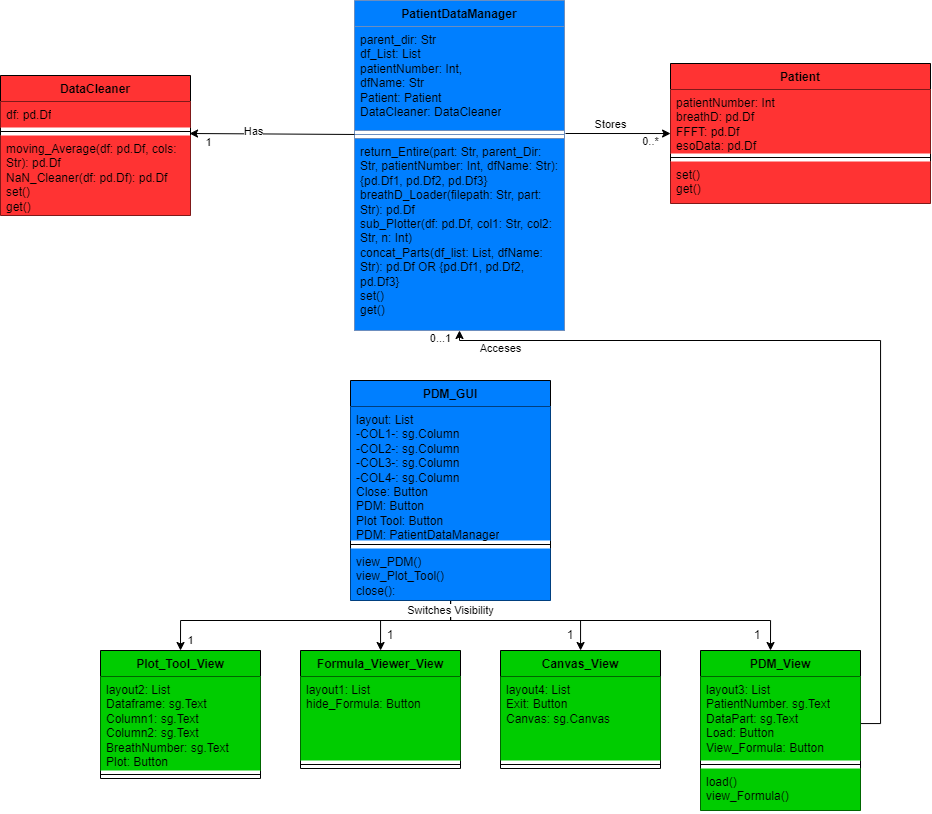
This is Figures/PDM_Analysis_Class.drawio.png from lleuch18/P9, a draw.io export, as it was before one commit. Source tidied: cells renumbered, new cells last; positions are measured from the earlier drawing's top-left corner, leaving out a move shared by most shapes. Its diagram source:
```xml
<mxGraphModel>
  <root>
    <mxCell id="0" />
    <mxCell id="1" parent="0" />
    <mxCell id="2" value="0...1" style="edgeStyle=orthogonalEdgeStyle;rounded=0;jettySize=auto;html=1;entryX=1;entryY=0.5;entryDx=0;entryDy=0;endArrow=none;endFill=0;startArrow=classic;startFill=1;" parent="1" edge="1" source="4" target="31">
      <mxGeometry x="-0.98" y="-19" relative="1" as="geometry">
        <Array as="points">
          <mxPoint x="459" y="340" />
          <mxPoint x="880" y="340" />
          <mxPoint x="880" y="723" />
        </Array>
        <mxPoint y="-1" as="offset" />
      </mxGeometry>
    </mxCell>
    <mxCell id="3" value="Acceses" style="edgeLabel;html=1;align=center;verticalAlign=middle;" parent="2" vertex="1">
      <mxGeometry x="-0.71" y="4" relative="1" as="geometry">
        <mxPoint x="-70" y="11" as="offset" />
      </mxGeometry>
    </mxCell>
    <mxCell id="4" value="PatientDataManager" style="swimlane;fontStyle=1;align=center;verticalAlign=top;horizontal=1;startSize=26;whiteSpace=wrap;html=1;fillColor=#007FFF;strokeColor=#6c8ebf;" parent="1" vertex="1">
      <mxGeometry x="354" width="210" height="330" as="geometry" />
    </mxCell>
    <mxCell id="5" value="parent_dir: Str&lt;br&gt;df_List: List&lt;br&gt;patientNumber: Int,&lt;br&gt;dfName: Str&lt;br&gt;Patient: Patient&lt;br&gt;DataCleaner: DataCleaner&lt;br&gt;" style="text;strokeColor=#6c8ebf;fillColor=#007FFF;align=left;verticalAlign=top;spacingLeft=4;spacingRight=4;overflow=hidden;whiteSpace=wrap;html=1;" parent="4" vertex="1">
      <mxGeometry y="26" width="210" height="104" as="geometry" />
    </mxCell>
    <mxCell id="6" style="line;strokeWidth=1;fillColor=none;align=left;verticalAlign=middle;spacingTop=-1;spacingLeft=3;spacingRight=3;labelPosition=right;strokeColor=inherit;" parent="4" vertex="1">
      <mxGeometry y="130" width="210" height="8" as="geometry" />
    </mxCell>
    <mxCell id="7" value="return_Entire(part: Str, parent_Dir: Str, patientNumber: Int, dfName: Str):&lt;br&gt;{pd.Df1, pd.Df2, pd.Df3}&lt;br&gt;breathD_Loader(filepath: Str, part: Str): pd.Df&lt;br&gt;sub_Plotter(df: pd.Df, col1: Str, col2: Str, n: Int)&lt;br&gt;concat_Parts(df_list: List, dfName: Str): pd.Df OR {pd.Df1, pd.Df2, pd.Df3}&lt;br&gt;set()&lt;br&gt;get()" style="text;strokeColor=#6c8ebf;fillColor=#007FFF;align=left;verticalAlign=top;spacingLeft=4;spacingRight=4;overflow=hidden;points=[[0,0.5],[1,0.5]];portConstraint=eastwest;whiteSpace=wrap;html=1;" parent="4" vertex="1">
      <mxGeometry y="138" width="210" height="192" as="geometry" />
    </mxCell>
    <mxCell id="8" value="Patient" style="swimlane;fontStyle=1;align=center;verticalAlign=top;horizontal=1;startSize=26;whiteSpace=wrap;html=1;fillColor=#FF3333;" parent="1" vertex="1">
      <mxGeometry x="670" y="63" width="260" height="140" as="geometry" />
    </mxCell>
    <mxCell id="9" value="patientNumber: Int&lt;br&gt;breathD: pd.Df&lt;br&gt;FFFT: pd.Df&lt;br&gt;esoData: pd.Df" style="text;strokeColor=none;fillColor=#FF3333;align=left;verticalAlign=top;spacingLeft=4;spacingRight=4;overflow=hidden;whiteSpace=wrap;html=1;" parent="8" vertex="1">
      <mxGeometry y="26" width="260" height="64" as="geometry" />
    </mxCell>
    <mxCell id="10" style="line;strokeWidth=1;fillColor=none;align=left;verticalAlign=middle;spacingTop=-1;spacingLeft=3;spacingRight=3;labelPosition=right;strokeColor=inherit;" parent="8" vertex="1">
      <mxGeometry y="90" width="260" height="8" as="geometry" />
    </mxCell>
    <mxCell id="11" value="set()&lt;br&gt;get()" style="text;strokeColor=none;fillColor=#FF3333;align=left;verticalAlign=top;spacingLeft=4;spacingRight=4;overflow=hidden;whiteSpace=wrap;html=1;" parent="8" vertex="1">
      <mxGeometry y="98" width="260" height="42" as="geometry" />
    </mxCell>
    <mxCell id="12" value="DataCleaner" style="swimlane;fontStyle=1;align=center;verticalAlign=top;horizontal=1;startSize=26;whiteSpace=wrap;html=1;fillColor=#FF3333;" parent="1" vertex="1">
      <mxGeometry y="75" width="190" height="140" as="geometry" />
    </mxCell>
    <mxCell id="13" value="df: pd.Df" style="text;strokeColor=none;fillColor=#FF3333;align=left;verticalAlign=top;spacingLeft=4;spacingRight=4;overflow=hidden;whiteSpace=wrap;html=1;" parent="12" vertex="1">
      <mxGeometry y="26" width="190" height="26" as="geometry" />
    </mxCell>
    <mxCell id="14" style="line;strokeWidth=1;fillColor=none;align=left;verticalAlign=middle;spacingTop=-1;spacingLeft=3;spacingRight=3;labelPosition=right;strokeColor=inherit;" parent="12" vertex="1">
      <mxGeometry y="52" width="190" height="8" as="geometry" />
    </mxCell>
    <mxCell id="15" value="moving_Average(df: pd.Df, cols: Str): pd.Df&lt;br&gt;NaN_Cleaner(df: pd.Df): pd.Df&lt;br&gt;set()&lt;br&gt;get()" style="text;strokeColor=none;fillColor=#FF3333;align=left;verticalAlign=top;spacingLeft=4;spacingRight=4;overflow=hidden;points=[[0,0.5],[1,0.5]];portConstraint=eastwest;whiteSpace=wrap;html=1;" parent="12" vertex="1">
      <mxGeometry y="60" width="190" height="80" as="geometry" />
    </mxCell>
    <mxCell id="16" value="1" style="edgeStyle=orthogonalEdgeStyle;rounded=0;jettySize=auto;html=1;entryX=0.5;entryY=0;entryDx=0;entryDy=0;" parent="1" edge="1" source="20" target="24">
      <mxGeometry x="0.94" y="10" relative="1" as="geometry">
        <Array as="points">
          <mxPoint x="450" y="620" />
          <mxPoint x="180" y="620" />
        </Array>
        <mxPoint y="1" as="offset" />
      </mxGeometry>
    </mxCell>
    <mxCell id="17" style="edgeStyle=orthogonalEdgeStyle;rounded=0;jettySize=auto;html=1;" parent="1" edge="1" source="20" target="27">
      <mxGeometry relative="1" as="geometry">
        <Array as="points">
          <mxPoint x="450" y="620" />
          <mxPoint x="380" y="620" />
        </Array>
      </mxGeometry>
    </mxCell>
    <mxCell id="18" style="edgeStyle=orthogonalEdgeStyle;rounded=0;jettySize=auto;html=1;" parent="1" edge="1" source="20" target="34">
      <mxGeometry relative="1" as="geometry">
        <Array as="points">
          <mxPoint x="450" y="620" />
          <mxPoint x="580" y="620" />
        </Array>
      </mxGeometry>
    </mxCell>
    <mxCell id="19" value="Switches Visibility" style="edgeStyle=orthogonalEdgeStyle;rounded=0;orthogonalLoop=1;jettySize=auto;html=1;entryX=0.5;entryY=0;entryDx=0;entryDy=0;" parent="1" edge="1">
      <mxGeometry x="-0.89" relative="1" as="geometry">
        <mxPoint x="450.1" y="590" as="sourcePoint" />
        <mxPoint x="770" y="650" as="targetPoint" />
        <Array as="points">
          <mxPoint x="450" y="620" />
          <mxPoint x="770" y="620" />
        </Array>
      </mxGeometry>
    </mxCell>
    <mxCell id="20" value="PDM_GUI" style="swimlane;fontStyle=1;align=center;verticalAlign=top;horizontal=1;startSize=26;whiteSpace=wrap;html=1;fillColor=#007FFF;" parent="1" vertex="1">
      <mxGeometry x="350" y="380" width="200" height="220" as="geometry" />
    </mxCell>
    <mxCell id="21" value="layout: List&lt;br&gt;-COL1-: sg.Column&lt;br&gt;-COL2-: sg.Column&lt;br&gt;-COL3-: sg.Column&lt;br&gt;-COL4-: sg.Column&lt;br&gt;Close: Button&lt;br&gt;PDM: Button&lt;br&gt;Plot Tool: Button&lt;br&gt;PDM: PatientDataManager" style="text;strokeColor=none;fillColor=#007FFF;align=left;verticalAlign=top;spacingLeft=4;spacingRight=4;overflow=hidden;whiteSpace=wrap;html=1;" parent="20" vertex="1">
      <mxGeometry y="26" width="200" height="134" as="geometry" />
    </mxCell>
    <mxCell id="22" style="line;strokeWidth=1;fillColor=none;align=left;verticalAlign=middle;spacingTop=-1;spacingLeft=3;spacingRight=3;labelPosition=right;strokeColor=inherit;" parent="20" vertex="1">
      <mxGeometry y="160" width="200" height="8" as="geometry" />
    </mxCell>
    <mxCell id="23" value="view_PDM()&lt;br&gt;view_Plot_Tool()&lt;br&gt;close():" style="text;strokeColor=none;fillColor=#007FFF;align=left;verticalAlign=top;spacingLeft=4;spacingRight=4;overflow=hidden;whiteSpace=wrap;html=1;" parent="20" vertex="1">
      <mxGeometry y="168" width="200" height="52" as="geometry" />
    </mxCell>
    <mxCell id="24" value="Plot_Tool_View" style="swimlane;fontStyle=1;align=center;verticalAlign=top;horizontal=1;startSize=26;whiteSpace=wrap;html=1;fillColor=#00CC00;" parent="1" vertex="1">
      <mxGeometry x="100" y="650" width="160" height="128" as="geometry" />
    </mxCell>
    <mxCell id="25" value="layout2: List&lt;br&gt;Dataframe: sg.Text&lt;br&gt;Column1: sg.Text&lt;br&gt;Column2: sg.Text&lt;br&gt;BreathNumber: sg.Text&lt;br&gt;Plot: Button" style="text;strokeColor=none;fillColor=#00CC00;align=left;verticalAlign=top;spacingLeft=4;spacingRight=4;overflow=hidden;whiteSpace=wrap;html=1;" parent="24" vertex="1">
      <mxGeometry y="26" width="160" height="94" as="geometry" />
    </mxCell>
    <mxCell id="26" style="line;strokeWidth=1;fillColor=#00CC00;align=left;verticalAlign=middle;spacingTop=-1;spacingLeft=3;spacingRight=3;labelPosition=right;strokeColor=inherit;" parent="24" vertex="1">
      <mxGeometry y="120" width="160" height="8" as="geometry" />
    </mxCell>
    <mxCell id="27" value="Formula_Viewer_View" style="swimlane;fontStyle=1;align=center;verticalAlign=top;horizontal=1;startSize=26;whiteSpace=wrap;html=1;fillColor=#00CC00;" parent="1" vertex="1">
      <mxGeometry x="300" y="650" width="160" height="118" as="geometry" />
    </mxCell>
    <mxCell id="28" value="layout1: List&lt;br&gt;hide_Formula: Button&lt;br&gt;" style="text;strokeColor=none;fillColor=#00CC00;align=left;verticalAlign=top;spacingLeft=4;spacingRight=4;overflow=hidden;whiteSpace=wrap;html=1;" parent="27" vertex="1">
      <mxGeometry y="26" width="160" height="84" as="geometry" />
    </mxCell>
    <mxCell id="29" style="line;strokeWidth=1;fillColor=#00CC00;align=left;verticalAlign=middle;spacingTop=-1;spacingLeft=3;spacingRight=3;labelPosition=right;strokeColor=inherit;" parent="27" vertex="1">
      <mxGeometry y="110" width="160" height="8" as="geometry" />
    </mxCell>
    <mxCell id="30" value="PDM_View" style="swimlane;fontStyle=1;align=center;verticalAlign=top;horizontal=1;startSize=26;whiteSpace=wrap;html=1;fillColor=#00CC00;" parent="1" vertex="1">
      <mxGeometry x="700" y="650" width="160" height="160" as="geometry" />
    </mxCell>
    <mxCell id="31" value="layout3: List&lt;br&gt;PatientNumber. sg.Text&lt;br&gt;DataPart: sg.Text&lt;br&gt;Load: Button&lt;br&gt;View_Formula: Button" style="text;strokeColor=none;fillColor=#00CC00;align=left;verticalAlign=top;spacingLeft=4;spacingRight=4;overflow=hidden;points=[[0,0.5],[1,0.5]];portConstraint=eastwest;whiteSpace=wrap;html=1;" parent="30" vertex="1">
      <mxGeometry y="26" width="160" height="84" as="geometry" />
    </mxCell>
    <mxCell id="32" style="line;strokeWidth=1;fillColor=#00CC00;align=left;verticalAlign=middle;spacingTop=-1;spacingLeft=3;spacingRight=3;labelPosition=right;strokeColor=inherit;" parent="30" vertex="1">
      <mxGeometry y="110" width="160" height="8" as="geometry" />
    </mxCell>
    <mxCell id="33" value="load()&lt;br&gt;view_Formula()&lt;br&gt;" style="text;strokeColor=none;fillColor=#00CC00;align=left;verticalAlign=top;spacingLeft=4;spacingRight=4;overflow=hidden;whiteSpace=wrap;html=1;" parent="30" vertex="1">
      <mxGeometry y="118" width="160" height="42" as="geometry" />
    </mxCell>
    <mxCell id="34" value="Canvas_View" style="swimlane;fontStyle=1;align=center;verticalAlign=top;horizontal=1;startSize=26;whiteSpace=wrap;html=1;fillColor=#00CC00;" parent="1" vertex="1">
      <mxGeometry x="500" y="650" width="160" height="118" as="geometry" />
    </mxCell>
    <mxCell id="35" value="layout4: List&lt;br&gt;Exit: Button&lt;br&gt;Canvas: sg.Canvas" style="text;strokeColor=none;fillColor=#00CC00;align=left;verticalAlign=top;spacingLeft=4;spacingRight=4;overflow=hidden;whiteSpace=wrap;html=1;" parent="34" vertex="1">
      <mxGeometry y="26" width="160" height="84" as="geometry" />
    </mxCell>
    <mxCell id="36" style="line;strokeWidth=1;fillColor=#00CC00;align=left;verticalAlign=middle;spacingTop=-1;spacingLeft=3;spacingRight=3;labelPosition=right;strokeColor=inherit;" parent="34" vertex="1">
      <mxGeometry y="110" width="160" height="8" as="geometry" />
    </mxCell>
    <mxCell id="37" style="endArrow=classic;html=1;rounded=0;exitX=0.981;exitY=1;exitDx=0;exitDy=0;exitPerimeter=0;entryX=-0.019;entryY=1.048;entryDx=0;entryDy=0;entryPerimeter=0;" parent="1" edge="1">
      <mxGeometry relative="1" as="geometry">
        <mxPoint x="565" y="133" as="sourcePoint" />
        <mxPoint x="670.1" y="133" as="targetPoint" />
      </mxGeometry>
    </mxCell>
    <mxCell id="38" value="0..*" style="edgeLabel;html=1;align=center;verticalAlign=middle;" parent="37" vertex="1">
      <mxGeometry x="0.22" relative="1" as="geometry">
        <mxPoint x="21" y="7" as="offset" />
      </mxGeometry>
    </mxCell>
    <mxCell id="39" value="Stores" style="edgeLabel;html=1;align=center;verticalAlign=middle;" parent="37" vertex="1">
      <mxGeometry x="-0.3" y="2" relative="1" as="geometry">
        <mxPoint x="8" y="-8" as="offset" />
      </mxGeometry>
    </mxCell>
    <mxCell id="40" style="endArrow=classic;html=1;rounded=0;exitX=0;exitY=-0.021;exitDx=0;exitDy=0;exitPerimeter=0;entryX=0.995;entryY=-0.025;entryDx=0;entryDy=0;entryPerimeter=0;" parent="1" edge="1" source="7" target="15">
      <mxGeometry relative="1" as="geometry" />
    </mxCell>
    <mxCell id="41" value="Has" style="edgeLabel;html=1;align=center;verticalAlign=middle;" parent="40" vertex="1">
      <mxGeometry x="0.56" y="-3" relative="1" as="geometry">
        <mxPoint x="27" as="offset" />
      </mxGeometry>
    </mxCell>
    <mxCell id="42" value="1" style="edgeLabel;html=1;align=center;verticalAlign=middle;" parent="40" vertex="1">
      <mxGeometry x="0.78" y="2" relative="1" as="geometry">
        <mxPoint y="6" as="offset" />
      </mxGeometry>
    </mxCell>
    <mxCell id="43" value="1" style="text;html=1;strokeColor=none;fillColor=none;align=center;verticalAlign=middle;whiteSpace=wrap;rounded=0;" parent="1" vertex="1">
      <mxGeometry x="540" y="620" width="60" height="30" as="geometry" />
    </mxCell>
    <mxCell id="44" value="1" style="text;html=1;strokeColor=none;fillColor=none;align=center;verticalAlign=middle;whiteSpace=wrap;rounded=0;" parent="1" vertex="1">
      <mxGeometry x="727" y="620" width="60" height="30" as="geometry" />
    </mxCell>
    <mxCell id="45" value="1" style="text;html=1;strokeColor=none;fillColor=none;align=center;verticalAlign=middle;whiteSpace=wrap;rounded=0;" parent="1" vertex="1">
      <mxGeometry x="360" y="620" width="60" height="30" as="geometry" />
    </mxCell>
  </root>
</mxGraphModel>
```
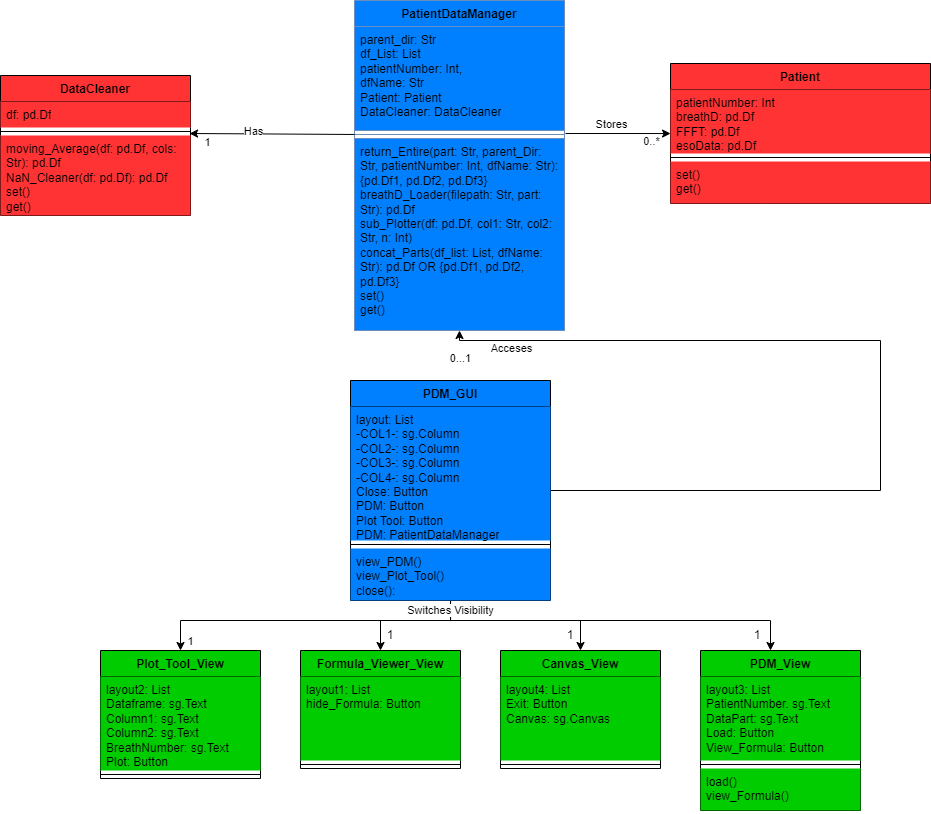
The same file after the commit.

Change to the diagram source:
```diff
@@ -2,12 +2,12 @@
   <root>
     <mxCell id="0" />
     <mxCell id="1" parent="0" />
-    <mxCell id="2" value="0...1" style="edgeStyle=orthogonalEdgeStyle;rounded=0;jettySize=auto;html=1;entryX=1;entryY=0.5;entryDx=0;entryDy=0;endArrow=none;endFill=0;startArrow=classic;startFill=1;" parent="1" edge="1" source="4" target="31">
+    <mxCell id="2" value="0...1" style="edgeStyle=orthogonalEdgeStyle;rounded=0;jettySize=auto;html=1;endArrow=none;endFill=0;startArrow=classic;startFill=1;entryX=1;entryY=0.5;entryDx=0;entryDy=0;" parent="1" edge="1" source="4" target="20">
       <mxGeometry x="-0.98" y="-19" relative="1" as="geometry">
         <Array as="points">
           <mxPoint x="459" y="340" />
           <mxPoint x="880" y="340" />
-          <mxPoint x="880" y="723" />
+          <mxPoint x="880" y="490" />
         </Array>
         <mxPoint y="-1" as="offset" />
       </mxGeometry>
```
